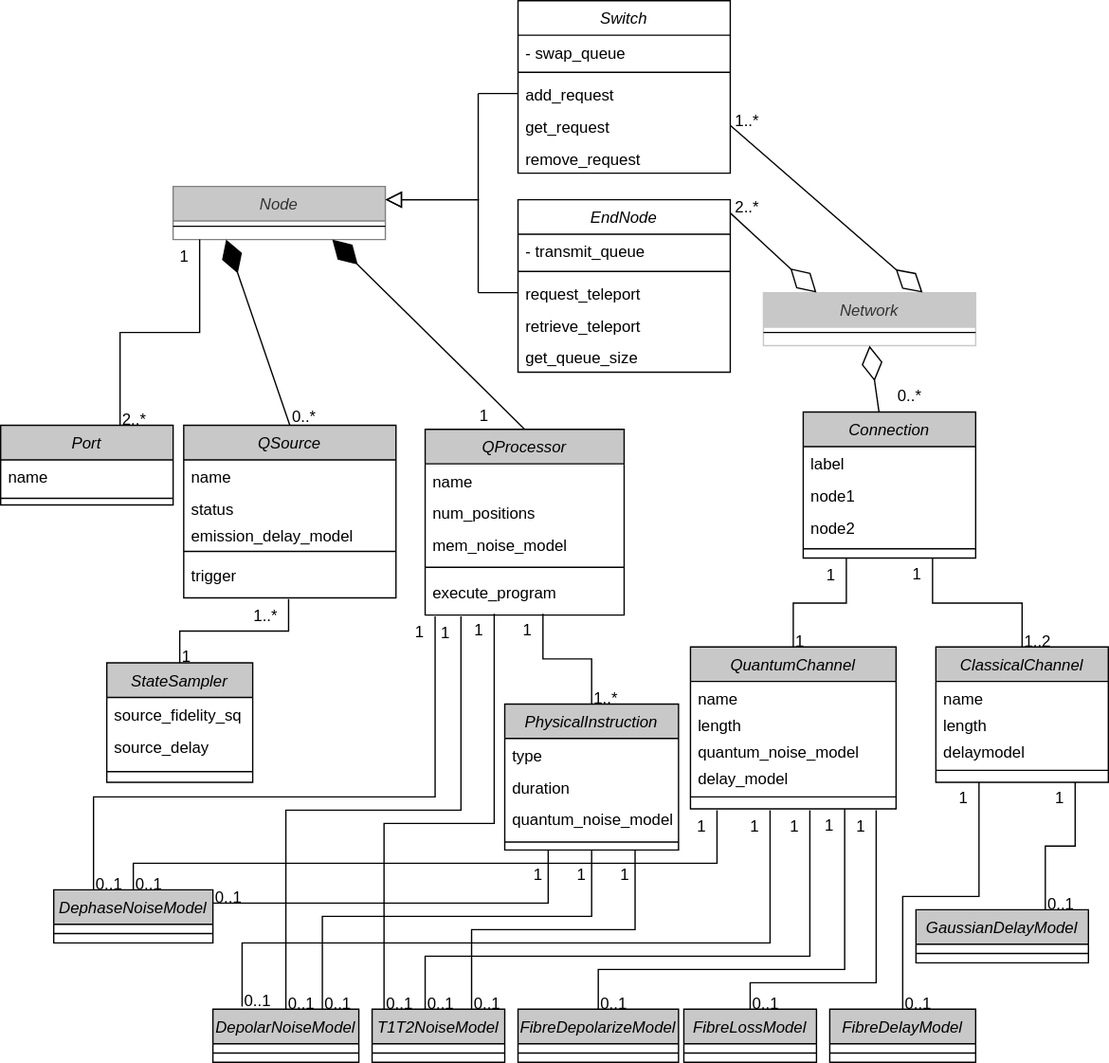
Before: Diagramas/Clase/tec-networkclass.svg, a diagram exported from draw.io (davidpcuvigo/quantumcity). Source tidied: cells renumbered, new cells last; positions are measured from the earlier drawing's top-left corner, leaving out a move shared by most shapes.
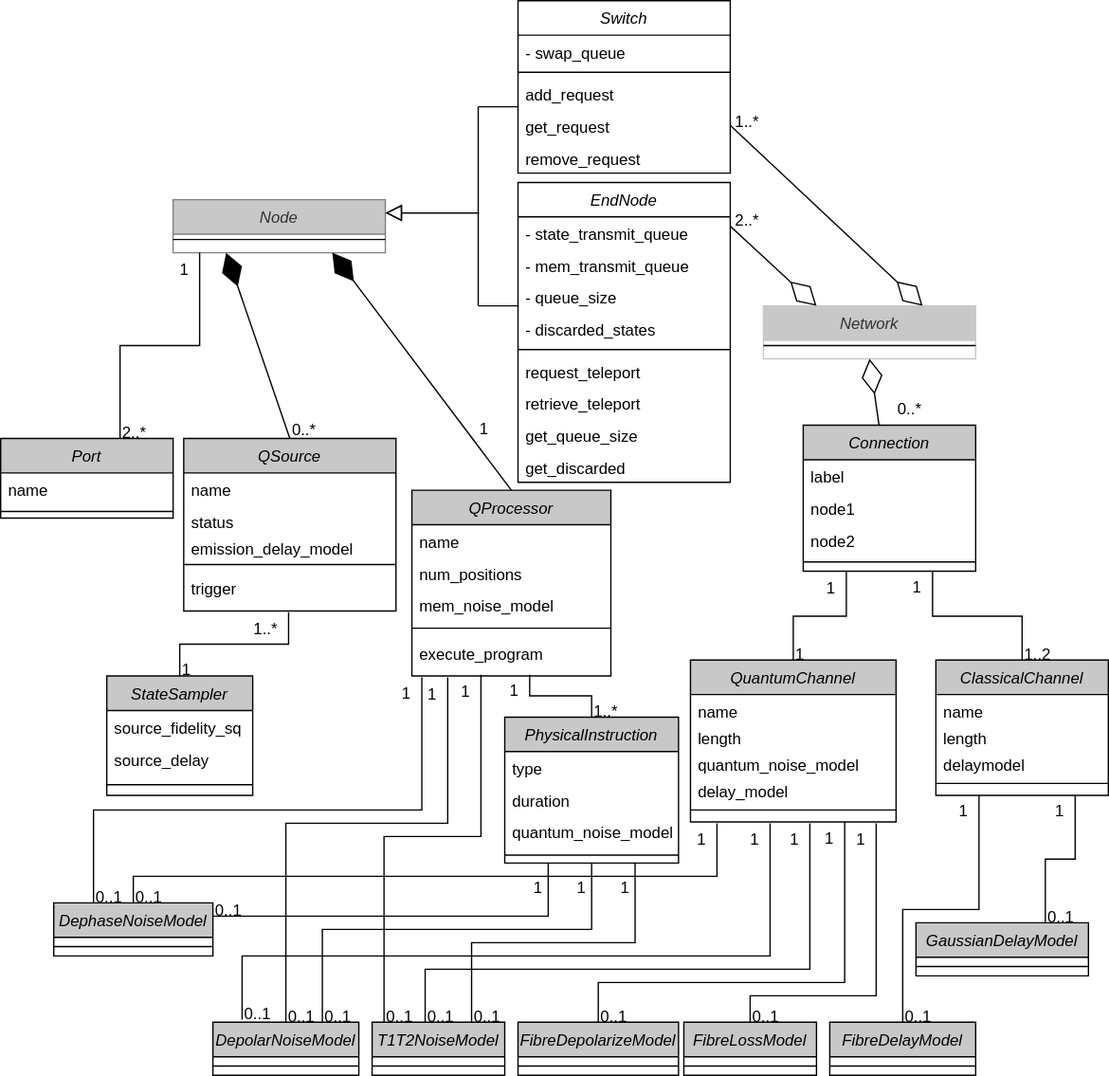
Above is the later version.

What changed in the source:
```diff
@@ -38,7 +38,7 @@
       <mxGeometry y="100" width="160" height="30" as="geometry" />
     </mxCell>
     <mxCell id="13" value="QProcessor" style="swimlane;fontStyle=2;align=center;verticalAlign=top;horizontal=1;startSize=26;rounded=0;shadow=0;strokeWidth=1;fillColor=#c8c8c8;" parent="1" vertex="1">
-      <mxGeometry x="320" y="323" width="150" height="140" as="geometry" />
+      <mxGeometry x="310" y="359" width="150" height="140" as="geometry" />
     </mxCell>
     <mxCell id="14" value="name" style="text;align=left;verticalAlign=top;spacingLeft=4;spacingRight=4;overflow=hidden;" parent="13" vertex="1">
       <mxGeometry y="26" width="150" height="24" as="geometry" />
@@ -522,7 +522,7 @@
       </mxGeometry>
     </mxCell>
     <mxCell id="122" value="Switch" style="swimlane;fontStyle=2;align=center;verticalAlign=top;horizontal=1;startSize=26;rounded=0;shadow=0;strokeWidth=1;" parent="1" vertex="1">
-      <mxGeometry x="390" width="160" height="130" as="geometry" />
+      <mxGeometry x="390" y="-10" width="160" height="130" as="geometry" />
     </mxCell>
     <mxCell id="123" value="- swap_queue" style="text;align=left;verticalAlign=top;spacingLeft=4;spacingRight=4;overflow=hidden;" parent="122" vertex="1">
       <mxGeometry y="26" width="160" height="24" as="geometry" />
@@ -543,28 +543,40 @@
       <mxGeometry relative="1" as="geometry" />
     </mxCell>
     <mxCell id="129" value="1..*" style="align=left;verticalAlign=bottom;labelBackgroundColor=none;fontSize=12;" parent="1" vertex="1">
-      <mxGeometry x="351" y="164" as="geometry">
+      <mxGeometry x="351" y="155" as="geometry">
         <mxPoint x="201" y="-65" as="offset" />
       </mxGeometry>
     </mxCell>
     <mxCell id="130" value="EndNode" style="swimlane;fontStyle=2;align=center;verticalAlign=top;horizontal=1;startSize=26;rounded=0;shadow=0;strokeWidth=1;" parent="1" vertex="1">
-      <mxGeometry x="390" y="150" width="160" height="130" as="geometry" />
+      <mxGeometry x="390" y="127" width="160" height="226" as="geometry" />
     </mxCell>
-    <mxCell id="131" value="- transmit_queue" style="text;align=left;verticalAlign=top;spacingLeft=4;spacingRight=4;overflow=hidden;" parent="130" vertex="1">
+    <mxCell id="131" value="- state_transmit_queue" style="text;align=left;verticalAlign=top;spacingLeft=4;spacingRight=4;overflow=hidden;" parent="130" vertex="1">
       <mxGeometry y="26" width="160" height="24" as="geometry" />
     </mxCell>
+    <mxCell id="140" value="- mem_transmit_queue" style="text;align=left;verticalAlign=top;spacingLeft=4;spacingRight=4;overflow=hidden;" parent="130" vertex="1">
+      <mxGeometry y="50" width="160" height="24" as="geometry" />
+    </mxCell>
+    <mxCell id="141" value="- queue_size" style="text;align=left;verticalAlign=top;spacingLeft=4;spacingRight=4;overflow=hidden;" parent="130" vertex="1">
+      <mxGeometry y="74" width="160" height="24" as="geometry" />
+    </mxCell>
+    <mxCell id="142" value="- discarded_states" style="text;align=left;verticalAlign=top;spacingLeft=4;spacingRight=4;overflow=hidden;" parent="130" vertex="1">
+      <mxGeometry y="98" width="160" height="24" as="geometry" />
+    </mxCell>
     <mxCell id="132" style="line;html=1;strokeWidth=1;align=left;verticalAlign=middle;spacingTop=-1;spacingLeft=3;spacingRight=3;labelPosition=right;" parent="130" vertex="1">
-      <mxGeometry y="50" width="160" height="8" as="geometry" />
+      <mxGeometry y="122" width="160" height="8" as="geometry" />
     </mxCell>
     <mxCell id="133" value="request_teleport" style="text;align=left;verticalAlign=top;spacingLeft=4;spacingRight=4;overflow=hidden;points=[[0,0.5],[1,0.5]];portConstraint=eastwest;" parent="130" vertex="1">
-      <mxGeometry y="58" width="160" height="24" as="geometry" />
+      <mxGeometry y="130" width="160" height="24" as="geometry" />
     </mxCell>
     <mxCell id="134" value="retrieve_teleport" style="text;align=left;verticalAlign=top;spacingLeft=4;spacingRight=4;overflow=hidden;" parent="130" vertex="1">
-      <mxGeometry y="82" width="160" height="24" as="geometry" />
+      <mxGeometry y="154" width="160" height="24" as="geometry" />
     </mxCell>
     <mxCell id="135" value="get_queue_size" style="text;align=left;verticalAlign=top;spacingLeft=4;spacingRight=4;overflow=hidden;" parent="130" vertex="1">
-      <mxGeometry y="106" width="160" height="24" as="geometry" />
+      <mxGeometry y="178" width="160" height="24" as="geometry" />
     </mxCell>
+    <mxCell id="143" value="get_discarded" style="text;align=left;verticalAlign=top;spacingLeft=4;spacingRight=4;overflow=hidden;" parent="130" vertex="1">
+      <mxGeometry y="202" width="160" height="24" as="geometry" />
+    </mxCell>
     <mxCell id="136" style="endArrow=block;endSize=10;endFill=0;shadow=0;strokeWidth=1;rounded=0;curved=0;edgeStyle=elbowEdgeStyle;elbow=vertical;entryX=1;entryY=0.25;entryDx=0;entryDy=0;" parent="1" edge="1" target="4">
       <mxGeometry relative="1" as="geometry">
         <mxPoint x="360" y="70" as="sourcePoint" />
@@ -581,14 +593,15 @@
         </Array>
       </mxGeometry>
     </mxCell>
-    <mxCell id="138" style="endArrow=none;html=1;rounded=0;entryX=0;entryY=0.5;entryDx=0;entryDy=0;" parent="1" edge="1" target="125">
+    <mxCell id="138" style="endArrow=none;html=1;rounded=0;entryX=0;entryY=0.917;entryDx=0;entryDy=0;entryPerimeter=0;" parent="1" edge="1" target="125">
       <mxGeometry relative="1" as="geometry">
         <mxPoint x="360" y="70" as="sourcePoint" />
       </mxGeometry>
     </mxCell>
-    <mxCell id="139" style="endArrow=none;html=1;rounded=0;entryX=0;entryY=0.5;entryDx=0;entryDy=0;" parent="1" edge="1" target="133">
+    <mxCell id="139" style="endArrow=none;html=1;rounded=0;" parent="1" edge="1">
       <mxGeometry relative="1" as="geometry">
         <mxPoint x="360" y="220" as="sourcePoint" />
+        <mxPoint x="390" y="220" as="targetPoint" />
       </mxGeometry>
     </mxCell>
   </root>
```
